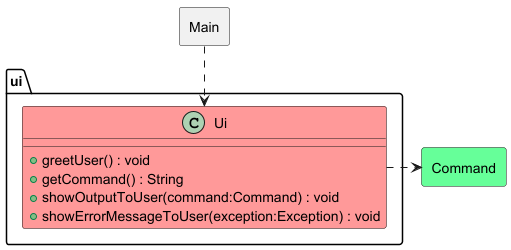
Above: docs/images/UiClassDiagram.png in nus-cs2113-AY2425S1/tp (PlantUML), before the change.
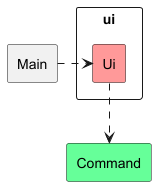
After the commit.

What changed in the source:
```diff
@@ -1,21 +1,14 @@
 @startuml
 !include style.puml
-allowmixing
 
-package ui {
-    class "Ui" as Ui UI_COLOUR {
-        +greetUser() : void
-        +getCommand() : String
-        +showOutputToUser(command:Command) : void
-        +showErrorMessageToUser(exception:Exception) : void
-    }
+rectangle ui {
+    rectangle Ui UI_COLOUR
 }
 
 rectangle Main
-
 rectangle Command COMMAND_COLOUR
 
-Main ..> Ui
-Ui .> Command
+Main .> Ui
+Ui ..> Command
 
 @enduml
```
